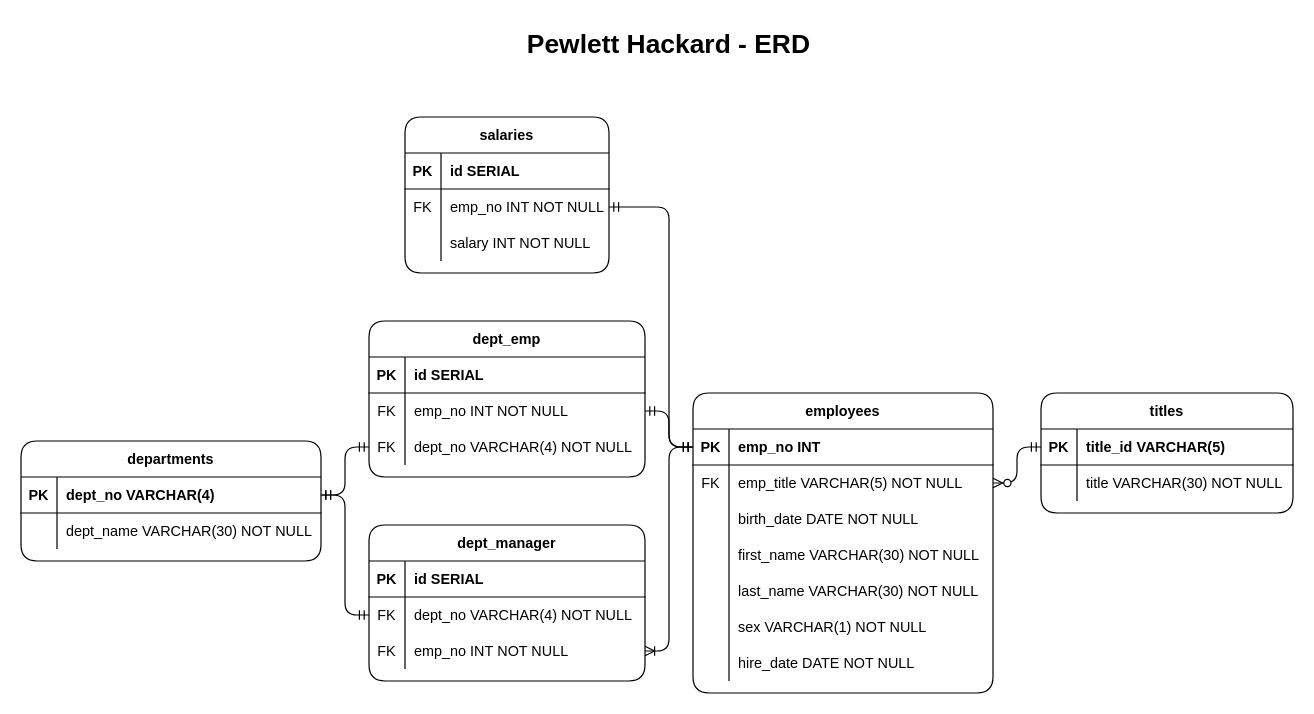
This is EmployeeSQL/resources/PewHack_ERD.drawio from abaker178/sql-challenge, a draw.io file, before an edit. Source tidied: cells renumbered, new cells numbered last; positions are measured from the earlier drawing's top-left corner, leaving out a move shared by most shapes. Both pictures are drawn from the tidied source at 120%, with x=0, y=0 at pixel (20, 20).
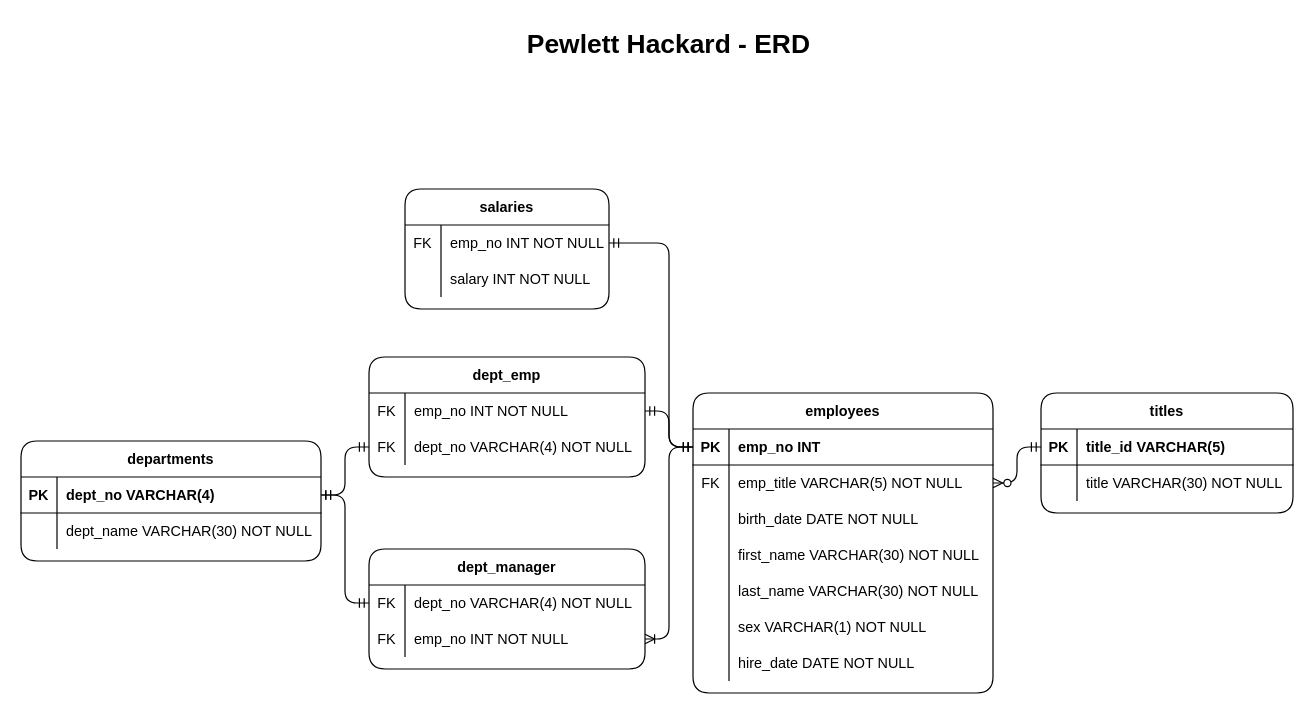
Above is the later version.

Commit message (it also covers changes not shown here):
updated/cleaned ERD

Unchanged cells that the change refers to:
```xml
<mxCell id="13" style="shape=partialRectangle;fillColor=none;points=[[0,0.5],[1,0.5]];portConstraint=eastwest;top=0;left=0;right=0;bottom=1;" parent="12" vertex="1">
  <mxGeometry y="30" width="250" height="30" as="geometry" />
</mxCell>
<mxCell id="35" style="shape=partialRectangle;fillColor=none;points=[[0,0.5],[1,0.5]];portConstraint=eastwest;top=0;left=0;right=0;bottom=1;" parent="34" vertex="1">
  <mxGeometry y="30" width="250" height="30" as="geometry" />
</mxCell>
```

Diff of the diagram source:
```diff
@@
     <mxCell id="2" value="dept_manager" style="shape=table;startSize=30;childLayout=tableLayout;rowLines=0;fontStyle=1;align=center;rounded=1;" parent="1" vertex="1">
-      <mxGeometry x="290" y="420" width="230" height="130" as="geometry" />
+      <mxGeometry x="290" y="440" width="230" height="100" as="geometry" />
     </mxCell>
-    <mxCell id="3" style="shape=partialRectangle;fillColor=none;top=0;left=0;right=0;bottom=1;" parent="2" vertex="1">
-      <mxGeometry y="30" width="230" height="30" as="geometry" />
-    </mxCell>
-    <mxCell id="4" value="PK" style="shape=partialRectangle;overflow=hidden;fillColor=none;top=0;left=0;bottom=0;right=0;fontStyle=1;" parent="3" vertex="1">
-      <mxGeometry width="30" height="30" as="geometry" />
-    </mxCell>
-    <mxCell id="5" value="id SERIAL" style="shape=partialRectangle;overflow=hidden;fillColor=none;top=0;left=0;bottom=0;right=0;align=left;spacingLeft=6;fontStyle=1;" parent="3" vertex="1">
-      <mxGeometry x="30" width="200" height="30" as="geometry" />
-    </mxCell>
     <mxCell id="6" style="shape=partialRectangle;fillColor=none;points=[[0,0.5],[1,0.5]];portConstraint=eastwest;top=0;left=0;right=0;bottom=0;" parent="2" vertex="1">
-      <mxGeometry y="60" width="230" height="30" as="geometry" />
+      <mxGeometry y="30" width="230" height="30" as="geometry" />
     </mxCell>
@@
     <mxCell id="9" style="shape=partialRectangle;fillColor=none;points=[[0,0.5],[1,0.5]];portConstraint=eastwest;top=0;left=0;right=0;bottom=0;" parent="2" vertex="1">
-      <mxGeometry y="90" width="230" height="30" as="geometry" />
+      <mxGeometry y="60" width="230" height="30" as="geometry" />
     </mxCell>
@@
     <mxCell id="41" value="dept_emp" style="shape=table;startSize=30;childLayout=tableLayout;rowLines=0;fontStyle=1;align=center;rounded=1;" parent="1" vertex="1">
-      <mxGeometry x="290" y="250" width="230" height="130" as="geometry" />
+      <mxGeometry x="290" y="280" width="230" height="100" as="geometry" />
     </mxCell>
-    <mxCell id="42" style="shape=partialRectangle;fillColor=none;top=0;left=0;right=0;bottom=1;" parent="41" vertex="1">
-      <mxGeometry y="30" width="230" height="30" as="geometry" />
-    </mxCell>
-    <mxCell id="43" value="PK" style="shape=partialRectangle;overflow=hidden;fillColor=none;top=0;left=0;bottom=0;right=0;fontStyle=1;" parent="42" vertex="1">
-      <mxGeometry width="30" height="30" as="geometry" />
-    </mxCell>
-    <mxCell id="44" value="id SERIAL" style="shape=partialRectangle;overflow=hidden;fillColor=none;top=0;left=0;bottom=0;right=0;align=left;spacingLeft=6;fontStyle=1;" parent="42" vertex="1">
-      <mxGeometry x="30" width="200" height="30" as="geometry" />
-    </mxCell>
     <mxCell id="45" style="shape=partialRectangle;fillColor=none;top=0;left=0;bottom=0;right=0;points=[[0,0.5],[1,0.5]];portConstraint=eastwest;" parent="41" vertex="1">
-      <mxGeometry y="60" width="230" height="30" as="geometry" />
+      <mxGeometry y="30" width="230" height="30" as="geometry" />
     </mxCell>
@@
     <mxCell id="48" style="shape=partialRectangle;fillColor=none;points=[[0,0.5],[1,0.5]];portConstraint=eastwest;top=0;left=0;right=0;bottom=0;" parent="41" vertex="1">
-      <mxGeometry y="90" width="230" height="30" as="geometry" />
+      <mxGeometry y="60" width="230" height="30" as="geometry" />
     </mxCell>
@@
     <mxCell id="58" value="salaries" style="shape=table;startSize=30;childLayout=tableLayout;rowLines=0;fontStyle=1;align=center;rounded=1;" parent="1" vertex="1">
-      <mxGeometry x="320" y="80" width="170" height="130" as="geometry" />
+      <mxGeometry x="320" y="140" width="170" height="100" as="geometry" />
     </mxCell>
-    <mxCell id="59" style="shape=partialRectangle;fillColor=none;top=0;left=0;right=0;bottom=1;" parent="58" vertex="1">
-      <mxGeometry y="30" width="170" height="30" as="geometry" />
-    </mxCell>
-    <mxCell id="60" value="PK" style="shape=partialRectangle;overflow=hidden;fillColor=none;top=0;left=0;bottom=0;right=0;fontStyle=1;" parent="59" vertex="1">
-      <mxGeometry width="30" height="30" as="geometry" />
-    </mxCell>
-    <mxCell id="61" value="id SERIAL" style="shape=partialRectangle;overflow=hidden;fillColor=none;top=0;left=0;bottom=0;right=0;align=left;spacingLeft=6;fontStyle=1;" parent="59" vertex="1">
-      <mxGeometry x="30" width="140" height="30" as="geometry" />
-    </mxCell>
     <mxCell id="62" style="shape=partialRectangle;fillColor=none;points=[[0,0.5],[1,0.5]];portConstraint=eastwest;top=0;left=0;right=0;bottom=0;" parent="58" vertex="1">
-      <mxGeometry y="60" width="170" height="30" as="geometry" />
+      <mxGeometry y="30" width="170" height="30" as="geometry" />
     </mxCell>
@@
     <mxCell id="65" style="shape=partialRectangle;fillColor=none;top=0;left=0;right=0;bottom=0;" parent="58" vertex="1">
-      <mxGeometry y="90" width="170" height="30" as="geometry" />
+      <mxGeometry y="60" width="170" height="30" as="geometry" />
     </mxCell>
@@
     <mxCell id="70" style="edgeStyle=orthogonalEdgeStyle;rounded=1;jettySize=auto;html=1;exitX=0;exitY=0.5;exitDx=0;exitDy=0;entryX=1;entryY=0.5;entryDx=0;entryDy=0;startArrow=ERmandOne;startFill=0;endArrow=ERmandOne;endFill=0;fontSize=22;" parent="1" edge="1" source="13" target="62">
       <mxGeometry relative="1" as="geometry">
         <Array as="points">
           <mxPoint x="540" y="355" />
-          <mxPoint x="540" y="155" />
+          <mxPoint x="540" y="185" />
         </Array>
       </mxGeometry>
     </mxCell>
@@
     <mxCell id="72" style="edgeStyle=orthogonalEdgeStyle;rounded=1;jettySize=auto;html=1;exitX=0;exitY=0.5;exitDx=0;exitDy=0;entryX=1;entryY=0.5;entryDx=0;entryDy=0;startArrow=ERmandOne;startFill=0;endArrow=ERoneToMany;endFill=0;fontSize=22;" parent="1" edge="1" source="13" target="9">
       <mxGeometry relative="1" as="geometry">
         <Array as="points">
           <mxPoint x="540" y="355" />
-          <mxPoint x="540" y="525" />
+          <mxPoint x="540" y="515" />
         </Array>
       </mxGeometry>
     </mxCell>
     <mxCell id="73" style="edgeStyle=orthogonalEdgeStyle;rounded=1;jettySize=auto;html=1;exitX=1;exitY=0.5;exitDx=0;exitDy=0;entryX=0;entryY=0.5;entryDx=0;entryDy=0;startArrow=ERmandOne;startFill=0;endArrow=ERmandOne;endFill=0;fontSize=22;" parent="1" edge="1" source="35" target="6">
       <mxGeometry relative="1" as="geometry">
         <Array as="points">
           <mxPoint x="270" y="395" />
-          <mxPoint x="270" y="495" />
+          <mxPoint x="270" y="485" />
         </Array>
       </mxGeometry>
     </mxCell>
```
